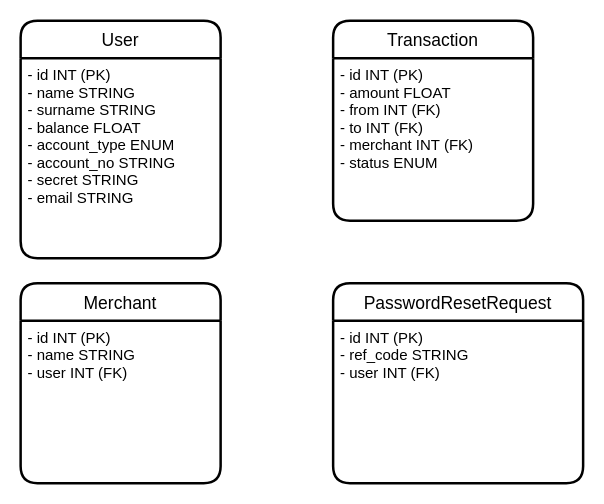
Above: page "ERD" (2 of 2) of design/design.drawio in XavierTM/biobank (draw.io), before the change. Source tidied: cells renumbered, new cells numbered last; positions are measured from the earlier drawing's top-left corner, leaving out a move shared by most shapes. Both pictures are drawn from the tidied source at 125%, with x=0, y=0 at pixel (20, 20).
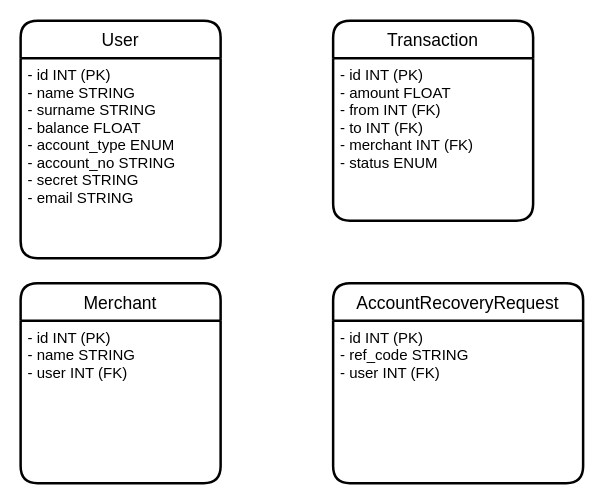
After the change.

The edit, as a diff of the source:
```diff
@@
 <mxGraphModel>
   <root>
     <mxCell id="0" />
     <mxCell id="1" parent="0" />
     <mxCell id="2" value="User" style="swimlane;horizontal=1;startSize=30;rounded=1;fontSize=14;fontStyle=0;strokeWidth=2;shadow=0;dashed=0;align=center;" parent="1" vertex="1">
       <mxGeometry width="160" height="190" as="geometry" />
     </mxCell>
     <mxCell id="3" value="- id INT (PK)&#10;- name STRING&#10;- surname STRING&#10;- balance FLOAT&#10;- account_type ENUM&#10;- account_no STRING&#10;- secret STRING&#10;- email STRING" style="align=left;strokeColor=none;fillColor=none;spacingLeft=4;fontSize=12;verticalAlign=top;" parent="2" vertex="1">
       <mxGeometry y="30" width="160" height="160" as="geometry" />
     </mxCell>
     <mxCell id="4" value="Transaction" style="swimlane;horizontal=1;startSize=30;rounded=1;fontSize=14;fontStyle=0;strokeWidth=2;shadow=0;dashed=0;align=center;" parent="1" vertex="1">
       <mxGeometry x="250" width="160" height="160" as="geometry" />
     </mxCell>
     <mxCell id="5" value="- id INT (PK)&#10;- amount FLOAT&#10;- from INT (FK)&#10;- to INT (FK)&#10;- merchant INT (FK)&#10;- status ENUM" style="align=left;strokeColor=none;fillColor=none;spacingLeft=4;fontSize=12;verticalAlign=top;" parent="4" vertex="1">
       <mxGeometry y="30" width="160" height="130" as="geometry" />
     </mxCell>
     <mxCell id="6" value="Merchant" style="swimlane;horizontal=1;startSize=30;rounded=1;fontSize=14;fontStyle=0;strokeWidth=2;shadow=0;dashed=0;align=center;" parent="1" vertex="1">
       <mxGeometry y="210" width="160" height="160" as="geometry" />
     </mxCell>
     <mxCell id="7" value="- id INT (PK)&#10;- name STRING&#10;- user INT (FK)&#10;" style="align=left;strokeColor=none;fillColor=none;spacingLeft=4;fontSize=12;verticalAlign=top;" parent="6" vertex="1">
       <mxGeometry y="30" width="160" height="130" as="geometry" />
     </mxCell>
-    <mxCell id="8" value="PasswordResetRequest" style="swimlane;horizontal=1;startSize=30;rounded=1;fontSize=14;fontStyle=0;strokeWidth=2;shadow=0;dashed=0;align=center;" parent="1" vertex="1">
+    <mxCell id="8" value="AccountRecoveryRequest" style="swimlane;horizontal=1;startSize=30;rounded=1;fontSize=14;fontStyle=0;strokeWidth=2;shadow=0;dashed=0;align=center;" parent="1" vertex="1">
       <mxGeometry x="250" y="210" width="200" height="160" as="geometry" />
     </mxCell>
     <mxCell id="9" value="- id INT (PK)&#10;- ref_code STRING&#10;- user INT (FK)&#10;" style="align=left;strokeColor=none;fillColor=none;spacingLeft=4;fontSize=12;verticalAlign=top;" parent="8" vertex="1">
       <mxGeometry y="30" width="200" height="130" as="geometry" />
     </mxCell>
   </root>
 </mxGraphModel>
```
